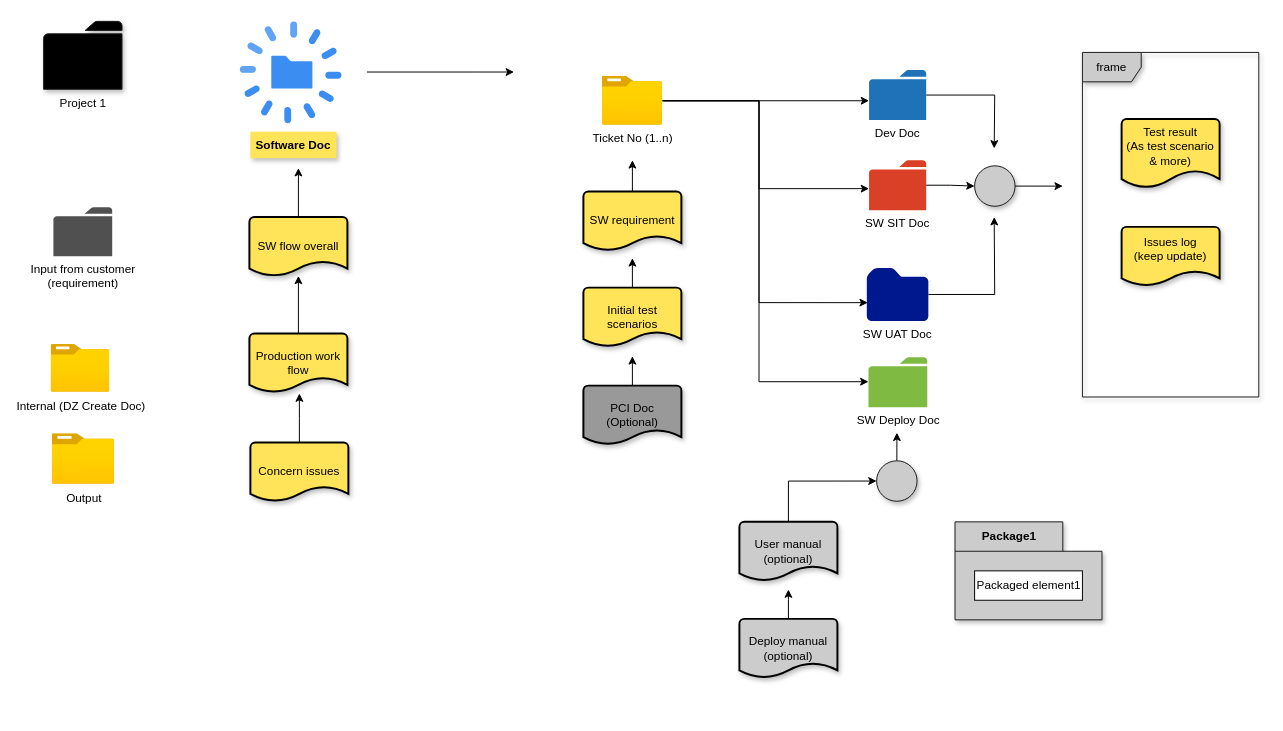
delphihero/MyDocument keeps this draw.io diagram as TD/Untitled Diagram.drawio. Above is the earlier version. Source tidied: cells renumbered, new cells numbered last; positions are measured from the earlier drawing's top-left corner, leaving out a move shared by most shapes. Both pictures are drawn from the tidied source at 98%, with x=0, y=0 at pixel (43, 21).
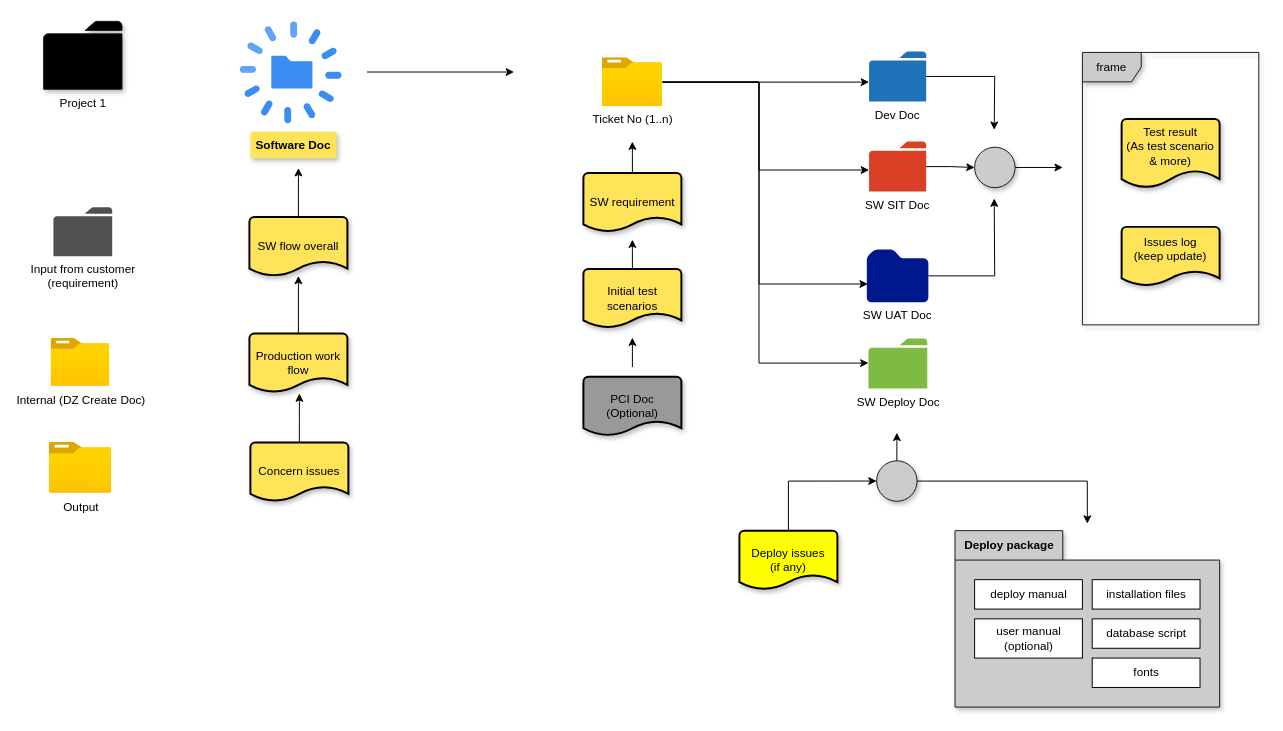
The same diagram, later.

Unchanged cells that the change refers to:
```xml
<mxCell id="7" style="group;" parent="1" vertex="1">
  <mxGeometry x="570" y="50" width="332.8" height="382" as="geometry" />
</mxCell>
<mxCell id="17" style="group;" parent="7" vertex="1">
  <mxGeometry x="-19.2" y="92" width="100" height="290" as="geometry" />
</mxCell>
<mxCell id="46" style="ellipse;whiteSpace=wrap;html=1;shadow=1;strokeColor=#1A1A1A;fillColor=#CCCCCC;" parent="1" vertex="1">
  <mxGeometry x="850" y="448.7" width="41.3" height="41.3" as="geometry" />
</mxCell>
```

What changed in the source:
```diff
@@
     <mxCell id="2" value="frame" style="shape=umlFrame;whiteSpace=wrap;html=1;shadow=1;strokeColor=#1A1A1A;fillColor=#CCCCCC;" parent="1" vertex="1">
-      <mxGeometry x="1060" y="32" width="180" height="351.6" as="geometry" />
+      <mxGeometry x="1060" y="32" width="180" height="278" as="geometry" />
     </mxCell>
@@
     <mxCell id="5" value="Internal (DZ Create Doc)" style="html=1;align=center;image;fontSize=12;image=img/lib/azure2/general/Folder_Blank.svg;" parent="1" vertex="1">
-      <mxGeometry x="7.6" y="330" width="60" height="48.7" as="geometry" />
+      <mxGeometry x="7.6" y="324" width="60" height="48.7" as="geometry" />
     </mxCell>
     <mxCell id="6" value="Output" style="html=1;align=center;image;fontSize=12;image=img/lib/azure2/general/Folder_Blank.svg;" parent="1" vertex="1">
-      <mxGeometry x="8.7" y="421" width="63.7" height="51.7" as="geometry" />
+      <mxGeometry x="5.7" y="430" width="63.7" height="51.7" as="geometry" />
     </mxCell>
@@
     <mxCell id="8" value="SW UAT Doc" style="shadow=0;dashed=0;html=1;strokeColor=none;labelPosition=center;verticalLabelPosition=bottom;verticalAlign=top;align=center;fillColor=#00188D;shape=mxgraph.mscae.enterprise.folder;" parent="7" vertex="1">
-      <mxGeometry x="270" y="202" width="62.8" height="54" as="geometry" />
+      <mxGeometry x="270" y="183" width="62.8" height="54" as="geometry" />
     </mxCell>
     <mxCell id="9" value="SW Deploy Doc" style="shadow=0;dashed=0;html=1;strokeColor=none;labelPosition=center;verticalLabelPosition=bottom;verticalAlign=top;outlineConnect=0;align=center;shape=mxgraph.office.concepts.folder;fillColor=#7FBA42;" parent="7" vertex="1">
-      <mxGeometry x="271.7" y="293" width="60" height="51" as="geometry" />
+      <mxGeometry x="271.7" y="274" width="60" height="51" as="geometry" />
     </mxCell>
     <mxCell id="10" value="SW SIT Doc" style="shadow=0;dashed=0;html=1;strokeColor=none;labelPosition=center;verticalLabelPosition=bottom;verticalAlign=top;outlineConnect=0;align=center;shape=mxgraph.office.concepts.folder;fillColor=#DA4026;" parent="7" vertex="1">
-      <mxGeometry x="272.3" y="92" width="58.3" height="51" as="geometry" />
+      <mxGeometry x="272.3" y="73" width="58.3" height="51" as="geometry" />
     </mxCell>
     <mxCell id="11" style="edgeStyle=orthogonalEdgeStyle;rounded=0;jettySize=auto;html=1;" parent="7" edge="1" source="14" target="10">
       <mxGeometry relative="1" as="geometry">
         <Array as="points">
-          <mxPoint x="160" y="31" />
-          <mxPoint x="160" y="121" />
+          <mxPoint x="160" y="12" />
+          <mxPoint x="160" y="102" />
         </Array>
       </mxGeometry>
     </mxCell>
     <mxCell id="12" style="edgeStyle=orthogonalEdgeStyle;rounded=0;jettySize=auto;html=1;entryX=0.016;entryY=0.654;entryDx=0;entryDy=0;entryPerimeter=0;" parent="7" edge="1" source="14" target="8">
       <mxGeometry relative="1" as="geometry">
         <Array as="points">
-          <mxPoint x="160" y="31" />
-          <mxPoint x="160" y="237" />
+          <mxPoint x="160" y="12" />
+          <mxPoint x="160" y="218" />
         </Array>
       </mxGeometry>
     </mxCell>
     <mxCell id="13" style="edgeStyle=orthogonalEdgeStyle;rounded=0;jettySize=auto;html=1;" parent="7" edge="1" source="14" target="9">
       <mxGeometry relative="1" as="geometry">
         <Array as="points">
-          <mxPoint x="160" y="31" />
-          <mxPoint x="160" y="318" />
+          <mxPoint x="160" y="12" />
+          <mxPoint x="160" y="299" />
         </Array>
       </mxGeometry>
     </mxCell>
     <mxCell id="14" value="Ticket No (1..n)" style="html=1;points=[];align=center;image;fontSize=12;image=img/lib/azure2/general/Folder_Blank.svg;" parent="7" vertex="1">
-      <mxGeometry y="6.3" width="61.6" height="50" as="geometry" />
+      <mxGeometry y="-12.7" width="61.6" height="50" as="geometry" />
     </mxCell>
     <mxCell id="15" value="Dev Doc" style="shadow=0;dashed=0;html=1;strokeColor=none;labelPosition=center;verticalLabelPosition=bottom;verticalAlign=top;outlineConnect=0;align=center;shape=mxgraph.office.concepts.folder;fillColor=#2072B8;" parent="7" vertex="1">
-      <mxGeometry x="272.3" width="58.3" height="51" as="geometry" />
+      <mxGeometry x="272.3" y="-19" width="58.3" height="51" as="geometry" />
     </mxCell>
     <mxCell id="16" style="edgeStyle=orthogonalEdgeStyle;rounded=0;jettySize=auto;html=1;" parent="7" edge="1" source="14" target="15">
       <mxGeometry relative="1" as="geometry">
         <Array as="points">
-          <mxPoint x="40" y="31.3" />
-          <mxPoint x="40" y="31.3" />
+          <mxPoint x="40" y="12.3" />
+          <mxPoint x="40" y="12.3" />
         </Array>
       </mxGeometry>
     </mxCell>
@@
-    <mxCell id="18" style="edgeStyle=orthogonalEdgeStyle;rounded=0;jettySize=auto;html=1;" parent="17" edge="1" source="19">
+    <mxCell id="18" style="edgeStyle=orthogonalEdgeStyle;rounded=0;orthogonalLoop=1;jettySize=auto;html=1;" parent="17" edge="1">
       <mxGeometry relative="1" as="geometry">
-        <mxPoint x="50" y="200" as="targetPoint" />
+        <mxPoint x="50" y="211" as="sourcePoint" />
+        <mxPoint x="50" y="181" as="targetPoint" />
       </mxGeometry>
     </mxCell>
     <mxCell id="19" value="&lt;div&gt;PCI Doc&lt;/div&gt;&lt;div&gt;(Optional)&lt;br&gt;&lt;/div&gt;" style="strokeWidth=2;html=1;shape=mxgraph.flowchart.document2;whiteSpace=wrap;size=0.25;shadow=1;fillColor=#999999;" parent="17" vertex="1">
-      <mxGeometry y="230" width="100" height="60" as="geometry" />
+      <mxGeometry y="221" width="100" height="60" as="geometry" />
     </mxCell>
     <mxCell id="20" style="edgeStyle=orthogonalEdgeStyle;rounded=0;jettySize=auto;html=1;" parent="17" edge="1" source="21">
       <mxGeometry relative="1" as="geometry">
-        <mxPoint x="50" as="targetPoint" />
+        <mxPoint x="50" y="-19" as="targetPoint" />
       </mxGeometry>
     </mxCell>
     <mxCell id="21" value="SW requirement" style="strokeWidth=2;html=1;shape=mxgraph.flowchart.document2;whiteSpace=wrap;size=0.25;shadow=1;fillColor=#FFE359;" parent="17" vertex="1">
-      <mxGeometry y="32" width="100" height="60" as="geometry" />
+      <mxGeometry y="13" width="100" height="60" as="geometry" />
     </mxCell>
     <mxCell id="22" style="edgeStyle=orthogonalEdgeStyle;rounded=0;jettySize=auto;html=1;" parent="17" edge="1" source="23">
       <mxGeometry relative="1" as="geometry">
-        <mxPoint x="50" y="100" as="targetPoint" />
+        <mxPoint x="50" y="81" as="targetPoint" />
       </mxGeometry>
     </mxCell>
     <mxCell id="23" value="Initial test scenarios" style="strokeWidth=2;html=1;shape=mxgraph.flowchart.document2;whiteSpace=wrap;size=0.25;shadow=1;fillColor=#FFE359;" parent="17" vertex="1">
-      <mxGeometry y="130" width="100" height="60" as="geometry" />
+      <mxGeometry y="111" width="100" height="60" as="geometry" />
     </mxCell>
@@
-    <mxCell id="37" value="&lt;div&gt;User manual&lt;/div&gt;&lt;div&gt;(optional)&lt;br&gt;&lt;/div&gt;" style="strokeWidth=2;html=1;shape=mxgraph.flowchart.document2;whiteSpace=wrap;size=0.25;shadow=1;fillColor=#CCCCCC;" parent="1" vertex="1">
-      <mxGeometry x="710" y="511" width="100" height="60" as="geometry" />
+    <mxCell id="37" value="&lt;div&gt;Deploy issues&lt;/div&gt;&lt;div&gt;(if any)&lt;br&gt;&lt;/div&gt;" style="strokeWidth=2;html=1;shape=mxgraph.flowchart.document2;whiteSpace=wrap;size=0.25;shadow=1;fillColor=#FFFF00;" parent="1" vertex="1">
+      <mxGeometry x="710" y="520" width="100" height="60" as="geometry" />
     </mxCell>
-    <mxCell id="38" style="edgeStyle=orthogonalEdgeStyle;rounded=0;jettySize=auto;html=1;" parent="1" edge="1" source="39">
-      <mxGeometry relative="1" as="geometry">
-        <mxPoint x="760" y="580" as="targetPoint" />
-      </mxGeometry>
-    </mxCell>
-    <mxCell id="39" value="&lt;div&gt;Deploy manual&lt;/div&gt;&lt;div&gt;(optional)&lt;br&gt;&lt;/div&gt;" style="strokeWidth=2;html=1;shape=mxgraph.flowchart.document2;whiteSpace=wrap;size=0.25;shadow=1;fillColor=#CCCCCC;" parent="1" vertex="1">
-      <mxGeometry x="710" y="610" width="100" height="60" as="geometry" />
-    </mxCell>
     <mxCell id="40" style="edgeStyle=orthogonalEdgeStyle;rounded=0;jettySize=auto;html=1;" parent="1" edge="1" source="15">
       <mxGeometry relative="1" as="geometry">
-        <mxPoint x="970" y="130" as="targetPoint" />
+        <mxPoint x="970" y="111" as="targetPoint" />
       </mxGeometry>
     </mxCell>
     <mxCell id="41" style="edgeStyle=orthogonalEdgeStyle;rounded=0;jettySize=auto;html=1;" parent="1" edge="1" source="42">
       <mxGeometry relative="1" as="geometry">
-        <mxPoint x="1040" y="168.4" as="targetPoint" />
+        <mxPoint x="1040" y="149.4" as="targetPoint" />
       </mxGeometry>
     </mxCell>
     <mxCell id="42" style="ellipse;whiteSpace=wrap;html=1;shadow=1;strokeColor=#1A1A1A;fillColor=#CCCCCC;" parent="1" vertex="1">
-      <mxGeometry x="950" y="147.7" width="41.3" height="41.3" as="geometry" />
+      <mxGeometry x="950" y="128.7" width="41.3" height="41.3" as="geometry" />
     </mxCell>
     <mxCell id="43" style="edgeStyle=orthogonalEdgeStyle;rounded=0;jettySize=auto;html=1;" parent="1" edge="1" source="8">
       <mxGeometry relative="1" as="geometry">
-        <mxPoint x="970" y="200" as="targetPoint" />
+        <mxPoint x="970" y="181" as="targetPoint" />
       </mxGeometry>
     </mxCell>
@@
+    <mxCell id="49" style="edgeStyle=orthogonalEdgeStyle;rounded=0;jettySize=auto;html=1;entryX=0.5;entryY=-0.04;entryDx=0;entryDy=0;entryPerimeter=0;" parent="1" edge="1" source="46" target="47">
+      <mxGeometry relative="1" as="geometry" />
+    </mxCell>
@@
-    <mxCell id="47" value="Package1" style="shape=folder;fontStyle=1;tabWidth=110;tabHeight=30;tabPosition=left;html=1;boundedLbl=1;labelInHeader=1;shadow=1;strokeColor=#1A1A1A;fillColor=#CCCCCC;" parent="1" vertex="1">
-      <mxGeometry x="930" y="511" width="150" height="100" as="geometry" />
+    <mxCell id="47" value="Deploy package" style="shape=folder;fontStyle=1;tabWidth=110;tabHeight=30;tabPosition=left;html=1;boundedLbl=1;labelInHeader=1;shadow=1;strokeColor=#1A1A1A;fillColor=#CCCCCC;" parent="1" vertex="1">
+      <mxGeometry x="930" y="520" width="270" height="180" as="geometry" />
     </mxCell>
-    <mxCell id="48" value="Packaged element1" style="html=1;" parent="47" vertex="1">
+    <mxCell id="48" value="installation files" style="html=1;" parent="47" vertex="1">
       <mxGeometry width="110" height="30" relative="1" as="geometry">
-        <mxPoint x="20" y="50" as="offset" />
+        <mxPoint x="140" y="50" as="offset" />
       </mxGeometry>
     </mxCell>
+    <mxCell id="50" value="database script" style="html=1;" parent="47" vertex="1">
+      <mxGeometry x="140" y="90" width="110" height="30" as="geometry" />
+    </mxCell>
+    <mxCell id="51" value="fonts" style="html=1;" parent="47" vertex="1">
+      <mxGeometry x="140" y="130" width="110" height="30" as="geometry" />
+    </mxCell>
+    <mxCell id="52" value="deploy manual" style="html=1;" parent="47" vertex="1">
+      <mxGeometry x="20" y="50" width="110" height="30" as="geometry" />
+    </mxCell>
+    <mxCell id="53" value="&lt;div&gt;user manual&lt;/div&gt;&lt;div&gt;(optional)&lt;br&gt;&lt;/div&gt;" style="html=1;" parent="47" vertex="1">
+      <mxGeometry x="20" y="90" width="110" height="40" as="geometry" />
+    </mxCell>
```
